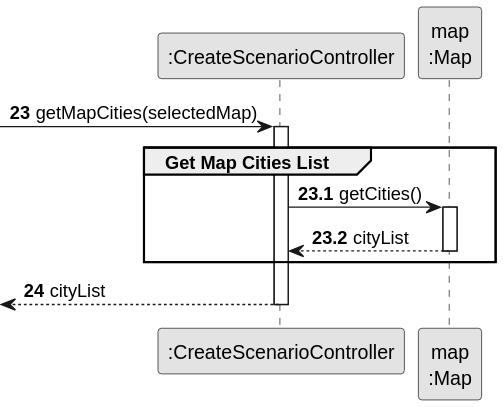
Above: docs/system-documentation/Sprint 2/US04/03.design/svg/US04-SD-partial-get-map-cities.svg in HenriqueSilva18/Railway-Network-Simulator (PlantUML), before the change.
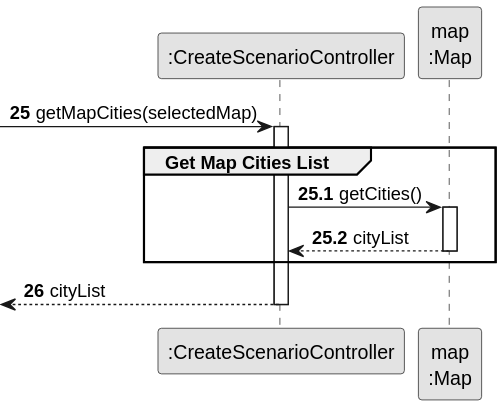
After the change.

What changed in the source:
```diff
@@ -6,10 +6,10 @@
 participant ":CreateScenarioController" as CTRL
 participant "map\n:Map" as MAP
 
-autonumber 23
+autonumber 25
 -> CTRL : getMapCities(selectedMap)
 
-autonumber 23.1
+autonumber 25.1
 activate CTRL
     group Get Map Cities List
         CTRL -> MAP : getCities()
@@ -18,7 +18,7 @@
         deactivate MAP
     end
 
-    autonumber 24
+    autonumber 26
     <-- CTRL : cityList
 deactivate CTRL
 @enduml
```
